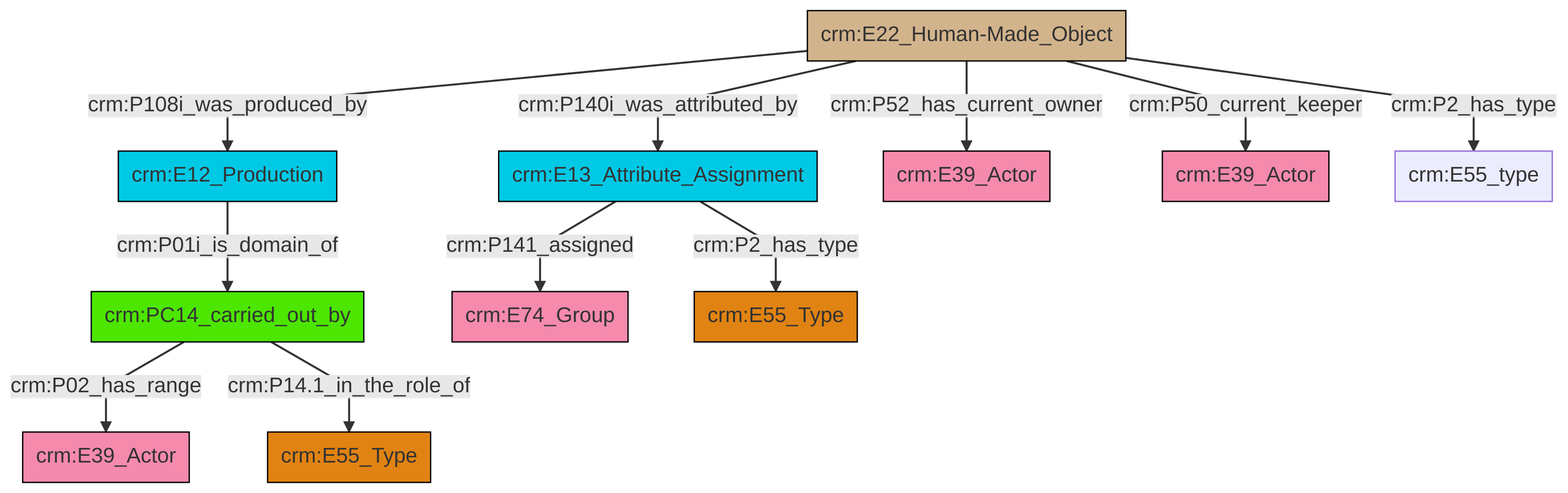
This is et/artworkCSV/ttl/mmd/png/Artwork_Actor_Relations.png from swiss-art-research-net/reference-data-models, a Mermaid export, as it was before one commit. Its source is kept beside it as et/artworkCSV/ttl/mmd/Artwork_Actor_Relations.ttl.mmd.
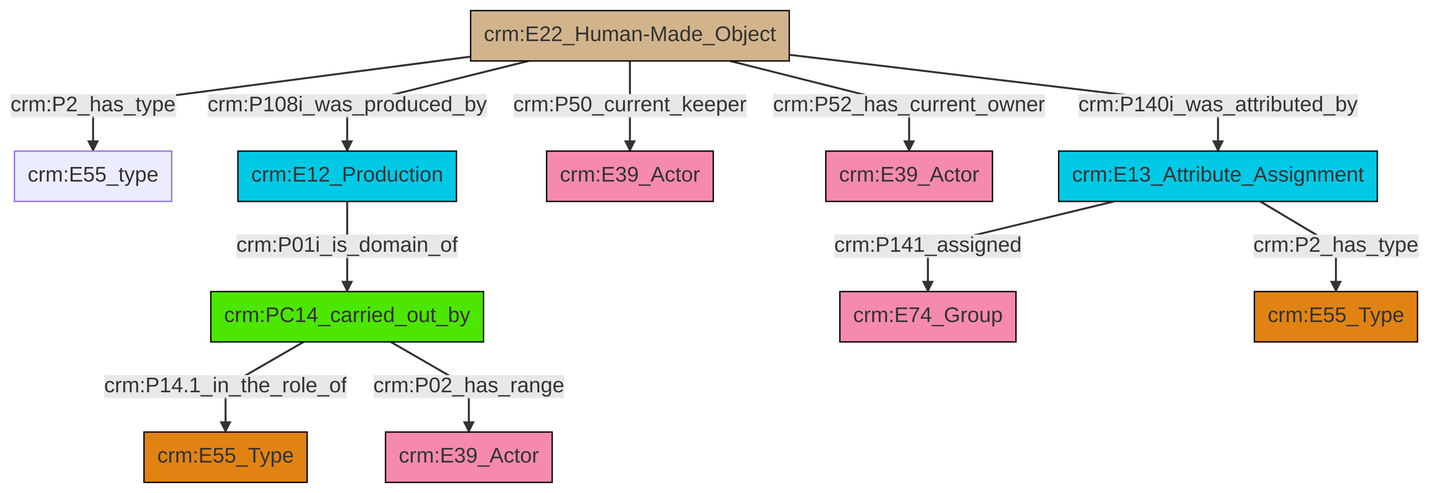
The same file after the commit.

Change to the diagram source:
```diff
@@ -13,13 +13,13 @@
 classDef PC_Classes fill:#4ce600, stroke:#000000;
 classDef Multi fill:#cccccc,stroke:#000000;
 
-0["crm:PC14_carried_out_by"]:::PC_Classes -->|crm:P02_has_range| 1["crm:E39_Actor"]:::Actor
-2["crm:E22_Human-Made_Object"]:::Physical_Thing -->|crm:P108i_was_produced_by| 3["crm:E12_Production"]:::Temporal_Entity
-4["crm:E13_Attribute_Assignment"]:::Temporal_Entity -->|crm:P141_assigned| 5["crm:E74_Group"]:::Actor
-4["crm:E13_Attribute_Assignment"]:::Temporal_Entity -->|crm:P2_has_type| 7["crm:E55_Type"]:::Type
-0["crm:PC14_carried_out_by"]:::PC_Classes -->|crm:P14.1_in_the_role_of| 8["crm:E55_Type"]:::Type
-2["crm:E22_Human-Made_Object"]:::Physical_Thing -->|crm:P140i_was_attributed_by| 4["crm:E13_Attribute_Assignment"]:::Temporal_Entity
-3["crm:E12_Production"]:::Temporal_Entity -->|crm:P01i_is_domain_of| 0["crm:PC14_carried_out_by"]:::PC_Classes
-2["crm:E22_Human-Made_Object"]:::Physical_Thing -->|crm:P50_current_keeper| 13["crm:E39_Actor"]:::Actor
-2["crm:E22_Human-Made_Object"]:::Physical_Thing -->|crm:P2_has_type| 14["crm:E55_type"]:::Default
-2["crm:E22_Human-Made_Object"]:::Physical_Thing -->|crm:P52_has_current_owner| 9["crm:E39_Actor"]:::Actor
+0["crm:E22_Human-Made_Object"]:::Physical_Thing -->|crm:P2_has_type| 1["crm:E55_type"]:::Default
+0["crm:E22_Human-Made_Object"]:::Physical_Thing -->|crm:P108i_was_produced_by| 2["crm:E12_Production"]:::Temporal_Entity
+9["crm:E13_Attribute_Assignment"]:::Temporal_Entity -->|crm:P141_assigned| 10["crm:E74_Group"]:::Actor
+2["crm:E12_Production"]:::Temporal_Entity -->|crm:P01i_is_domain_of| 11["crm:PC14_carried_out_by"]:::PC_Classes
+11["crm:PC14_carried_out_by"]:::PC_Classes -->|crm:P14.1_in_the_role_of| 5["crm:E55_Type"]:::Type
+9["crm:E13_Attribute_Assignment"]:::Temporal_Entity -->|crm:P2_has_type| 12["crm:E55_Type"]:::Type
+0["crm:E22_Human-Made_Object"]:::Physical_Thing -->|crm:P50_current_keeper| 7["crm:E39_Actor"]:::Actor
+0["crm:E22_Human-Made_Object"]:::Physical_Thing -->|crm:P52_has_current_owner| 3["crm:E39_Actor"]:::Actor
+0["crm:E22_Human-Made_Object"]:::Physical_Thing -->|crm:P140i_was_attributed_by| 9["crm:E13_Attribute_Assignment"]:::Temporal_Entity
+11["crm:PC14_carried_out_by"]:::PC_Classes -->|crm:P02_has_range| 18["crm:E39_Actor"]:::Actor
```
